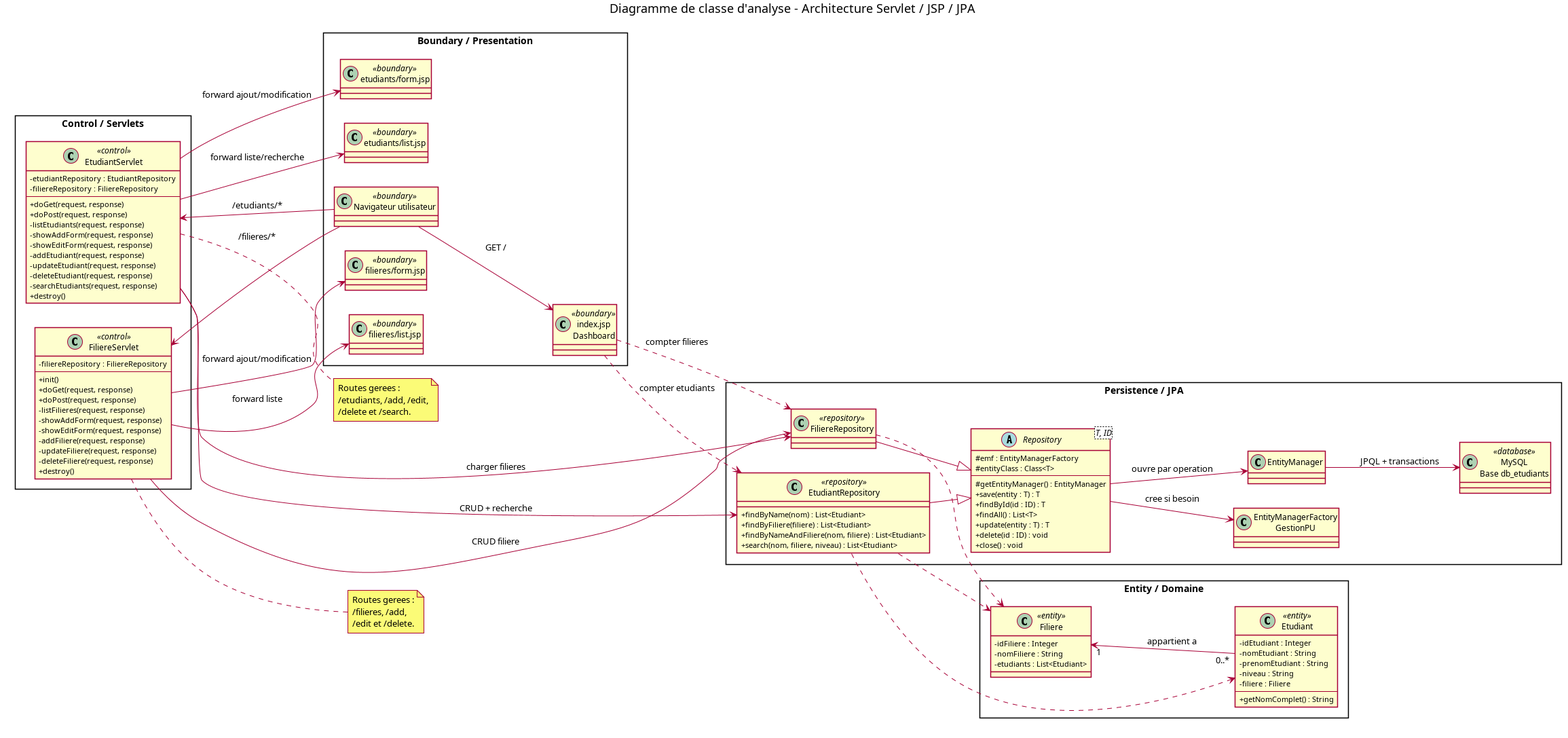
Above: docs/uml/images/classe-analyse.png in mehdidabaj/app-etudiant (PlantUML), before the change. Its source is kept beside it as docs/uml/classe-analyse.puml.
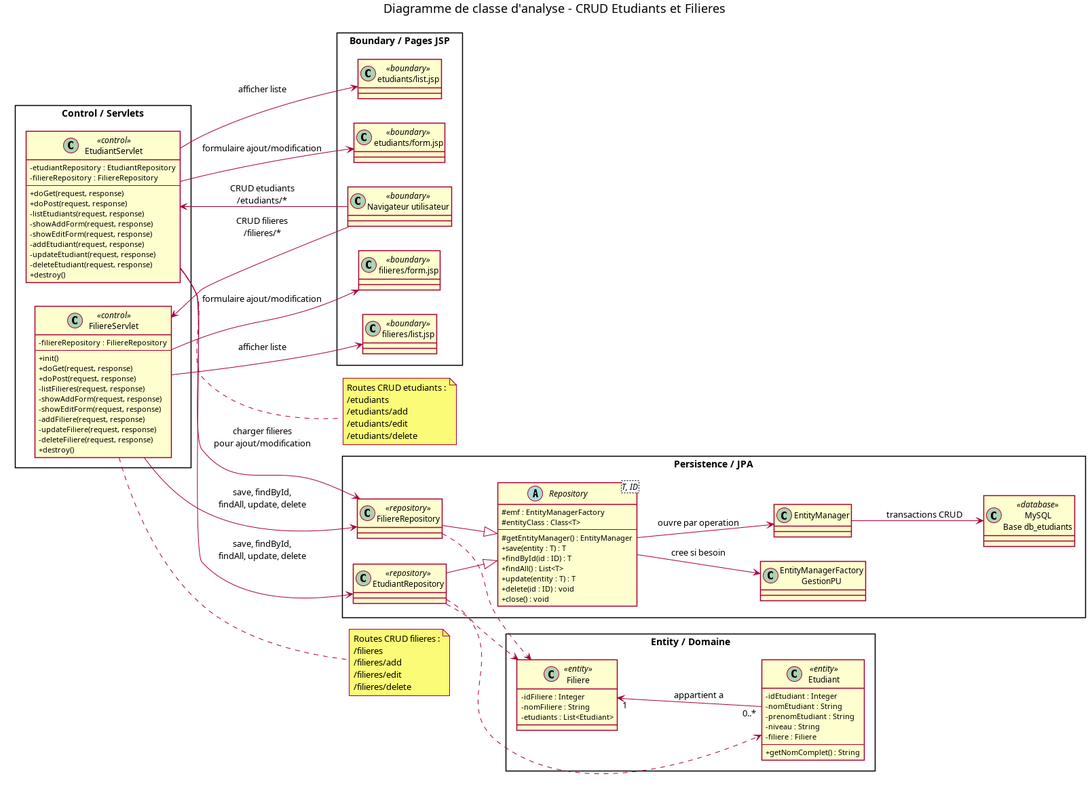
After the commit.

Commit message:
Focus UML diagrams on student and filiere CRUD

What changed in the source:
```diff
@@ -1,14 +1,13 @@
 @startuml
-title Diagramme de classe d'analyse - Architecture Servlet / JSP / JPA
+title Diagramme de classe d'analyse - CRUD Etudiants et Filieres
 
 skinparam classAttributeIconSize 0
 skinparam shadowing false
 skinparam packageStyle rectangle
 left to right direction
 
-package "Boundary / Presentation" {
+package "Boundary / Pages JSP" {
   class "Navigateur utilisateur" as Browser <<boundary>>
-  class "index.jsp\nDashboard" as DashboardView <<boundary>>
   class "etudiants/list.jsp" as EtudiantListView <<boundary>>
   class "etudiants/form.jsp" as EtudiantFormView <<boundary>>
   class "filieres/list.jsp" as FiliereListView <<boundary>>
@@ -28,7 +27,6 @@
     - addEtudiant(request, response)
     - updateEtudiant(request, response)
     - deleteEtudiant(request, response)
-    - searchEtudiants(request, response)
     + destroy()
   }
 
@@ -80,34 +78,24 @@
     + close() : void
   }
 
-  class EtudiantRepository <<repository>> {
-    + findByName(nom) : List<Etudiant>
-    + findByFiliere(filiere) : List<Etudiant>
-    + findByNameAndFiliere(nom, filiere) : List<Etudiant>
-    + search(nom, filiere, niveau) : List<Etudiant>
-  }
-
+  class EtudiantRepository <<repository>>
   class FiliereRepository <<repository>>
   class "EntityManagerFactory\nGestionPU" as EMF
   class "EntityManager" as EM
   class "MySQL\nBase db_etudiants" as DB <<database>>
 }
 
-Browser --> DashboardView : GET /
-Browser --> EtudiantServlet : /etudiants/*
-Browser --> FiliereServlet : /filieres/*
+Browser --> EtudiantServlet : CRUD etudiants\n/etudiants/*
+Browser --> FiliereServlet : CRUD filieres\n/filieres/*
 
-DashboardView ..> EtudiantRepository : compter etudiants
-DashboardView ..> FiliereRepository : compter filieres
+EtudiantServlet --> EtudiantListView : afficher liste
+EtudiantServlet --> EtudiantFormView : formulaire ajout/modification
+FiliereServlet --> FiliereListView : afficher liste
+FiliereServlet --> FiliereFormView : formulaire ajout/modification
 
-EtudiantServlet --> EtudiantListView : forward liste/recherche
-EtudiantServlet --> EtudiantFormView : forward ajout/modification
-FiliereServlet --> FiliereListView : forward liste
-FiliereServlet --> FiliereFormView : forward ajout/modification
-
-EtudiantServlet --> EtudiantRepository : CRUD + recherche
-EtudiantServlet --> FiliereRepository : charger filieres
-FiliereServlet --> FiliereRepository : CRUD filiere
+EtudiantServlet --> EtudiantRepository : save, findById,\nfindAll, update, delete
+EtudiantServlet --> FiliereRepository : charger filieres\npour ajout/modification
+FiliereServlet --> FiliereRepository : save, findById,\nfindAll, update, delete
 
 EtudiantRepository --|> Repository
 FiliereRepository --|> Repository
@@ -120,18 +108,22 @@
 
 Repository --> EMF : cree si besoin
 Repository --> EM : ouvre par operation
-EM --> DB : JPQL + transactions
+EM --> DB : transactions CRUD
 
 note right of EtudiantServlet
-  Routes gerees :
-  /etudiants, /add, /edit,
-  /delete et /search.
+  Routes CRUD etudiants :
+  /etudiants
+  /etudiants/add
+  /etudiants/edit
+  /etudiants/delete
 end note
 
 note right of FiliereServlet
-  Routes gerees :
-  /filieres, /add,
-  /edit et /delete.
+  Routes CRUD filieres :
+  /filieres
+  /filieres/add
+  /filieres/edit
+  /filieres/delete
 end note
 
 @enduml
```
